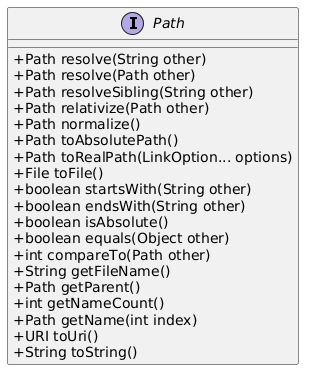
Above: subjects/poo/images/12-path-interface.png in fabriciosantana/idp-marp-slides (PlantUML), before the change.
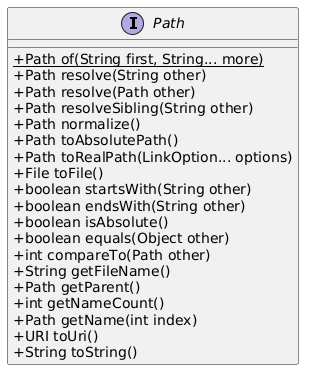
Later version of the same file.

What changed in the source:
```diff
@@ -2,10 +2,10 @@
 skinparam classAttributeIconSize 0
 
 interface Path {
+  +{static} Path of(String first, String... more)
   +Path resolve(String other)
   +Path resolve(Path other)
   +Path resolveSibling(String other)
-  +Path relativize(Path other)
   +Path normalize()
   +Path toAbsolutePath()
   +Path toRealPath(LinkOption... options)
```
